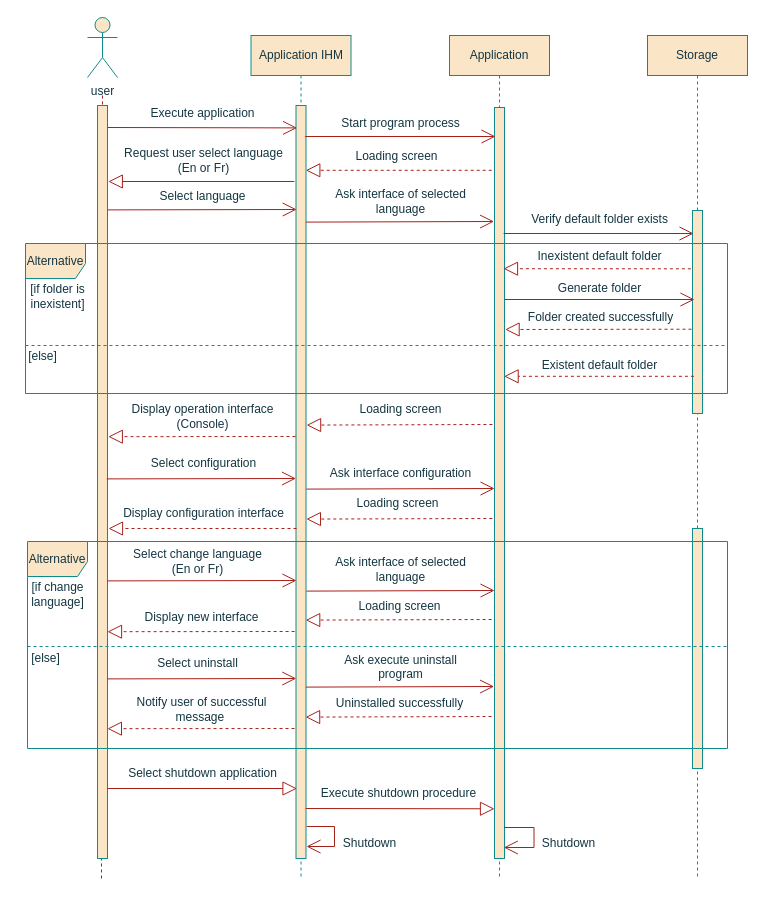
Earlier version of the draw.io diagram configuration diagram.drawio (Weicheng178/UML). Source tidied: cells renumbered, new cells numbered last; positions are measured from the earlier drawing's top-left corner, leaving out a move shared by most shapes. Both pictures are drawn from the tidied source at 100%, with x=0, y=0 at pixel (17, 17).
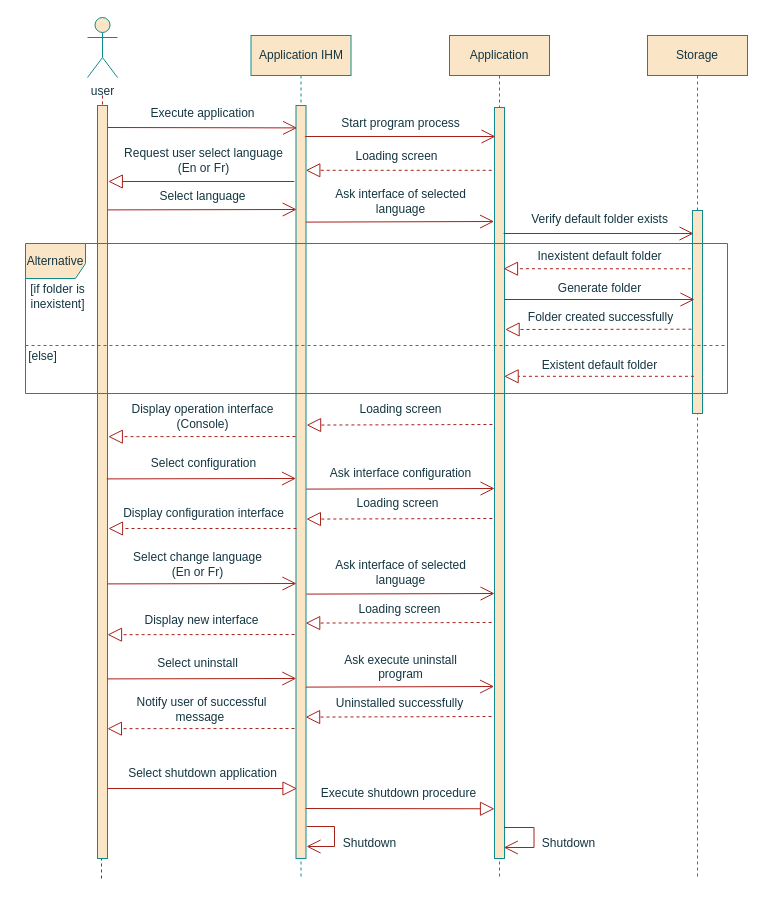
After the change.

The edit, as a diff of the source:
```diff
@@
-    <mxCell id="26" style="html=1;perimeter=orthogonalPerimeter;rounded=0;glass=0;labelBackgroundColor=none;fillStyle=auto;fillColor=#FAE5C7;strokeColor=#0F8B8D;fontColor=#143642;" parent="1" vertex="1">
-      <mxGeometry x="675" y="511" width="10" height="240" as="geometry" />
-    </mxCell>
-    <mxCell id="27" value="Alternative" style="shape=umlFrame;whiteSpace=wrap;html=1;width=60;height=35;fillColor=#FAE5C7;strokeColor=#0F8B8D;fontColor=#143642;rounded=0;" parent="1" vertex="1">
-      <mxGeometry x="10" y="524" width="700" height="207" as="geometry" />
-    </mxCell>
-    <mxCell id="28" style="line;strokeWidth=1;fillColor=none;align=left;verticalAlign=middle;spacingTop=-1;spacingLeft=3;spacingRight=3;labelPosition=right;dashed=1;labelBackgroundColor=#DAD2D8;strokeColor=#0F8B8D;fontColor=#143642;rounded=0;" parent="1" vertex="1">
-      <mxGeometry x="10" y="625" width="700" height="8" as="geometry" />
-    </mxCell>
     <mxCell id="29" value="Select change language&lt;br&gt;(En or Fr)" style="text;html=1;align=center;verticalAlign=middle;strokeColor=none;fillColor=none;rounded=0;fontColor=#143642;" parent="1" vertex="1">
-      <mxGeometry x="105" y="524" width="150" height="40" as="geometry" />
+      <mxGeometry x="105" y="527" width="150" height="40" as="geometry" />
     </mxCell>
     <mxCell id="30" style="endArrow=open;endFill=1;endSize=12;html=1;rounded=0;entryX=0.071;entryY=0.165;entryDx=0;entryDy=0;entryPerimeter=0;labelBackgroundColor=#DAD2D8;strokeColor=#A8201A;fontColor=#143642;" parent="1" edge="1">
       <mxGeometry relative="1" as="geometry">
-        <mxPoint x="89.8" y="563.4" as="sourcePoint" />
-        <mxPoint x="279" y="563" as="targetPoint" />
+        <mxPoint x="89.8" y="566.4" as="sourcePoint" />
+        <mxPoint x="279" y="566" as="targetPoint" />
       </mxGeometry>
     </mxCell>
     <mxCell id="31" style="endArrow=open;endFill=1;endSize=12;html=1;rounded=0;entryX=-0.083;entryY=0.173;entryDx=0;entryDy=0;entryPerimeter=0;labelBackgroundColor=#DAD2D8;strokeColor=#A8201A;fontColor=#143642;" parent="1" edge="1">
       <mxGeometry relative="1" as="geometry">
-        <mxPoint x="289" y="573.6" as="sourcePoint" />
-        <mxPoint x="477.1" y="573" as="targetPoint" />
+        <mxPoint x="289" y="576.6" as="sourcePoint" />
+        <mxPoint x="477.1" y="576" as="targetPoint" />
       </mxGeometry>
     </mxCell>
-    <mxCell id="32" value="[if change&lt;br&gt;language]" style="text;html=1;align=center;verticalAlign=middle;strokeColor=none;fillColor=none;fontColor=#143642;rounded=0;" parent="1" vertex="1">
-      <mxGeometry y="557" width="80" height="40" as="geometry" />
-    </mxCell>
-    <mxCell id="33" value="[else]" style="text;html=1;align=center;verticalAlign=middle;strokeColor=none;fillColor=none;fontColor=#143642;rounded=0;" parent="1" vertex="1">
-      <mxGeometry x="3" y="625.5" width="50" height="30" as="geometry" />
-    </mxCell>
     <mxCell id="34" value="Ask interface of selected &lt;br&gt;language" style="text;html=1;align=center;verticalAlign=middle;strokeColor=none;fillColor=none;rounded=0;fontColor=#143642;" parent="1" vertex="1">
-      <mxGeometry x="307.8" y="532" width="150" height="40" as="geometry" />
+      <mxGeometry x="307.8" y="535" width="150" height="40" as="geometry" />
     </mxCell>
     <mxCell id="35" style="endArrow=block;dashed=1;endFill=0;endSize=12;html=1;rounded=0;exitX=-0.125;exitY=0.144;exitDx=0;exitDy=0;exitPerimeter=0;labelBackgroundColor=#DAD2D8;strokeColor=#A8201A;fontColor=#143642;" parent="1" edge="1">
       <mxGeometry relative="1" as="geometry">
-        <mxPoint x="277.1" y="614" as="sourcePoint" />
-        <mxPoint x="90" y="614.2" as="targetPoint" />
+        <mxPoint x="277.1" y="617" as="sourcePoint" />
+        <mxPoint x="90" y="617.2" as="targetPoint" />
       </mxGeometry>
     </mxCell>
     <mxCell id="36" value="Display new interface" style="text;html=1;align=center;verticalAlign=middle;strokeColor=none;fillColor=none;rounded=0;fontColor=#143642;" parent="1" vertex="1">
-      <mxGeometry x="114.2" y="585" width="140" height="30" as="geometry" />
+      <mxGeometry x="114.2" y="588" width="140" height="30" as="geometry" />
     </mxCell>
     <mxCell id="37" value="Loading screen" style="text;html=1;align=center;verticalAlign=middle;strokeColor=none;fillColor=none;rounded=0;fontColor=#143642;" parent="1" vertex="1">
-      <mxGeometry x="327" y="574" width="110" height="30" as="geometry" />
+      <mxGeometry x="327" y="577" width="110" height="30" as="geometry" />
     </mxCell>
     <mxCell id="38" style="endArrow=block;dashed=1;endFill=0;endSize=12;html=1;rounded=0;exitX=-0.211;exitY=0.186;exitDx=0;exitDy=0;exitPerimeter=0;labelBackgroundColor=#DAD2D8;strokeColor=#A8201A;fontColor=#143642;" parent="1" edge="1">
       <mxGeometry relative="1" as="geometry">
-        <mxPoint x="474.1" y="602" as="sourcePoint" />
-        <mxPoint x="288.2" y="602.6" as="targetPoint" />
+        <mxPoint x="474.1" y="605" as="sourcePoint" />
+        <mxPoint x="288.2" y="605.6" as="targetPoint" />
       </mxGeometry>
     </mxCell>
```
